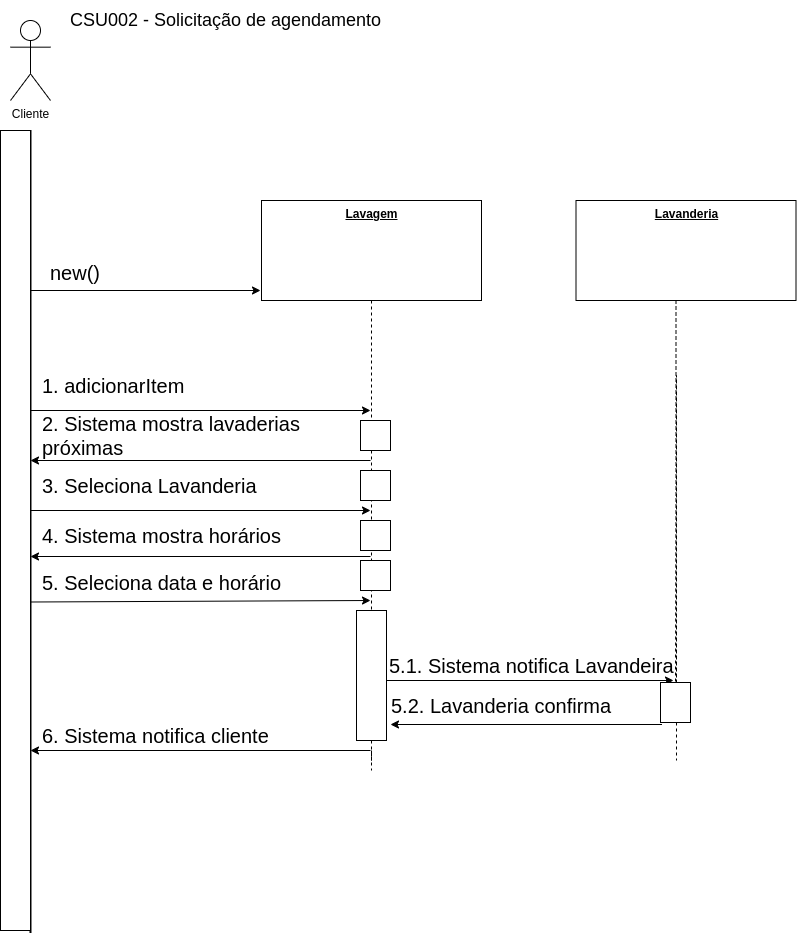
Above: resources/sequence_agendamento.png in MuriloGomesMunhoz/A-SClean (draw.io), before the change. Source tidied: cells renumbered, new cells last; positions are measured from the earlier drawing's top-left corner, leaving out a move shared by most shapes. Source of this version:
```xml
<mxGraphModel>
  <root>
    <mxCell id="0" />
    <mxCell id="1" parent="0" />
    <mxCell id="2" style="endArrow=none;html=1;strokeWidth=2;rounded=0;fontSize=30;" parent="1" edge="1">
      <mxGeometry relative="1" as="geometry">
        <mxPoint x="30" y="130" as="sourcePoint" />
        <mxPoint x="30" y="932.5" as="targetPoint" />
      </mxGeometry>
    </mxCell>
    <mxCell id="3" style="endArrow=classic;html=1;rounded=0;fontSize=30;" parent="1" edge="1">
      <mxGeometry relative="1" as="geometry">
        <mxPoint x="30" y="290" as="sourcePoint" />
        <mxPoint x="260" y="290" as="targetPoint" />
      </mxGeometry>
    </mxCell>
    <mxCell id="4" value="new()" style="text;html=1;strokeColor=none;fillColor=none;align=center;verticalAlign=middle;whiteSpace=wrap;rounded=0;fontSize=20;" parent="1" vertex="1">
      <mxGeometry x="40" y="257" width="70" height="30" as="geometry" />
    </mxCell>
    <mxCell id="5" style="edgeStyle=orthogonalEdgeStyle;rounded=0;jettySize=auto;html=1;endArrow=none;endFill=0;dashed=1;startArrow=none;" parent="1" edge="1" source="28">
      <mxGeometry relative="1" as="geometry">
        <mxPoint x="371" y="770" as="targetPoint" />
      </mxGeometry>
    </mxCell>
    <mxCell id="6" value="&lt;b&gt;&lt;u&gt;Lavagem&lt;/u&gt;&lt;/b&gt;" style="html=1;verticalAlign=top;" parent="1" vertex="1">
      <mxGeometry x="261" y="200" width="220" height="100" as="geometry" />
    </mxCell>
    <mxCell id="7" value="&lt;b&gt;&lt;u&gt;Lavanderia&lt;/u&gt;&lt;/b&gt;" style="html=1;verticalAlign=top;" parent="1" vertex="1">
      <mxGeometry x="575.5" y="200" width="220" height="100" as="geometry" />
    </mxCell>
    <mxCell id="8" style="endArrow=classic;html=1;rounded=0;fontSize=30;" parent="1" edge="1">
      <mxGeometry relative="1" as="geometry">
        <mxPoint x="30" y="410" as="sourcePoint" />
        <mxPoint x="370" y="410" as="targetPoint" />
      </mxGeometry>
    </mxCell>
    <mxCell id="9" value="1. adicionarItem" style="text;html=1;strokeColor=none;fillColor=none;align=left;verticalAlign=middle;whiteSpace=wrap;rounded=0;fontSize=20;" parent="1" vertex="1">
      <mxGeometry x="40" y="370" width="320" height="30" as="geometry" />
    </mxCell>
    <mxCell id="10" style="edgeStyle=orthogonalEdgeStyle;rounded=0;jettySize=auto;html=1;endArrow=none;endFill=0;dashed=1;startArrow=none;" parent="1" edge="1" source="35">
      <mxGeometry relative="1" as="geometry">
        <mxPoint x="676" y="760" as="targetPoint" />
        <Array as="points">
          <mxPoint x="676" y="375" />
          <mxPoint x="676" y="375" />
        </Array>
      </mxGeometry>
    </mxCell>
    <mxCell id="11" value="CSU002 - Solicitação de agendamento" style="text;html=1;align=center;verticalAlign=middle;strokeColor=none;fillColor=none;fontSize=18;" parent="1" vertex="1">
      <mxGeometry x="60" width="330" height="40" as="geometry" />
    </mxCell>
    <mxCell id="12" style="endArrow=classic;html=1;rounded=0;fontSize=30;" parent="1" edge="1">
      <mxGeometry relative="1" as="geometry">
        <mxPoint x="370" y="460" as="sourcePoint" />
        <mxPoint x="30" y="460" as="targetPoint" />
      </mxGeometry>
    </mxCell>
    <mxCell id="13" value="2. Sistema mostra lavaderias próximas" style="text;html=1;strokeColor=none;fillColor=none;align=left;verticalAlign=middle;whiteSpace=wrap;rounded=0;fontSize=20;" parent="1" vertex="1">
      <mxGeometry x="40" y="420" width="320" height="30" as="geometry" />
    </mxCell>
    <mxCell id="14" style="endArrow=classic;html=1;rounded=0;fontSize=30;" parent="1" edge="1">
      <mxGeometry relative="1" as="geometry">
        <mxPoint x="30" y="510" as="sourcePoint" />
        <mxPoint x="370" y="510" as="targetPoint" />
      </mxGeometry>
    </mxCell>
    <mxCell id="15" value="3. Seleciona Lavanderia" style="text;html=1;strokeColor=none;fillColor=none;align=left;verticalAlign=middle;whiteSpace=wrap;rounded=0;fontSize=20;" parent="1" vertex="1">
      <mxGeometry x="40" y="470" width="309" height="30" as="geometry" />
    </mxCell>
    <mxCell id="16" value="4. Sistema mostra horários" style="text;html=1;strokeColor=none;fillColor=none;align=left;verticalAlign=middle;whiteSpace=wrap;rounded=0;fontSize=20;" parent="1" vertex="1">
      <mxGeometry x="40" y="520" width="309" height="30" as="geometry" />
    </mxCell>
    <mxCell id="17" style="endArrow=classic;html=1;rounded=0;fontSize=30;" parent="1" edge="1">
      <mxGeometry relative="1" as="geometry">
        <mxPoint x="370" y="556" as="sourcePoint" />
        <mxPoint x="30" y="556" as="targetPoint" />
      </mxGeometry>
    </mxCell>
    <mxCell id="18" style="endArrow=classic;html=1;rounded=0;fontSize=30;" parent="1" edge="1">
      <mxGeometry relative="1" as="geometry">
        <mxPoint x="30" y="601.5" as="sourcePoint" />
        <mxPoint x="370" y="600" as="targetPoint" />
      </mxGeometry>
    </mxCell>
    <mxCell id="19" value="5. Seleciona data e horário" style="text;html=1;strokeColor=none;fillColor=none;align=left;verticalAlign=middle;whiteSpace=wrap;rounded=0;fontSize=20;" parent="1" vertex="1">
      <mxGeometry x="40" y="567" width="309" height="30" as="geometry" />
    </mxCell>
    <mxCell id="20" style="endArrow=classic;html=1;rounded=0;" parent="1" edge="1">
      <mxGeometry relative="1" as="geometry">
        <mxPoint x="380" y="680" as="sourcePoint" />
        <mxPoint x="673" y="680" as="targetPoint" />
      </mxGeometry>
    </mxCell>
    <mxCell id="21" value="5.1. Sistema notifica Lavandeira" style="text;html=1;strokeColor=none;fillColor=none;align=left;verticalAlign=middle;whiteSpace=wrap;rounded=0;fontSize=20;" parent="1" vertex="1">
      <mxGeometry x="387" y="650" width="291" height="30" as="geometry" />
    </mxCell>
    <mxCell id="22" value="5.2. Lavanderia confirma" style="text;html=1;strokeColor=none;fillColor=none;align=left;verticalAlign=middle;whiteSpace=wrap;rounded=0;fontSize=20;" parent="1" vertex="1">
      <mxGeometry x="389" y="690" width="261" height="30" as="geometry" />
    </mxCell>
    <mxCell id="23" style="endArrow=classic;html=1;rounded=0;startArrow=none;startFill=0;" parent="1" edge="1">
      <mxGeometry relative="1" as="geometry">
        <mxPoint x="661.5" y="724" as="sourcePoint" />
        <mxPoint x="390" y="724" as="targetPoint" />
      </mxGeometry>
    </mxCell>
    <mxCell id="24" style="endArrow=classic;html=1;rounded=0;" parent="1" edge="1">
      <mxGeometry relative="1" as="geometry">
        <mxPoint x="370" y="750" as="sourcePoint" />
        <mxPoint x="30" y="750" as="targetPoint" />
      </mxGeometry>
    </mxCell>
    <mxCell id="25" value="6. Sistema notifica cliente" style="text;html=1;strokeColor=none;fillColor=none;align=left;verticalAlign=middle;whiteSpace=wrap;rounded=0;fontSize=20;" parent="1" vertex="1">
      <mxGeometry x="40" y="720" width="290" height="30" as="geometry" />
    </mxCell>
    <mxCell id="26" style="edgeStyle=orthogonalEdgeStyle;rounded=0;orthogonalLoop=1;jettySize=auto;html=1;exitX=0.5;exitY=1;exitDx=0;exitDy=0;dashed=1;" parent="1" edge="1" source="16" target="16">
      <mxGeometry relative="1" as="geometry" />
    </mxCell>
    <mxCell id="27" value="Cliente" style="shape=umlActor;verticalLabelPosition=bottom;verticalAlign=top;html=1;" parent="1" vertex="1">
      <mxGeometry x="10" y="20" width="40" height="80" as="geometry" />
    </mxCell>
    <mxCell id="28" style="rounded=0;whiteSpace=wrap;html=1;" parent="1" vertex="1">
      <mxGeometry x="356" y="610" width="30" height="130" as="geometry" />
    </mxCell>
    <mxCell id="29" style="edgeStyle=orthogonalEdgeStyle;rounded=0;jettySize=auto;html=1;endArrow=none;endFill=0;dashed=1;" parent="1" edge="1" source="6" target="28">
      <mxGeometry relative="1" as="geometry" />
    </mxCell>
    <mxCell id="30" style="rounded=0;whiteSpace=wrap;html=1;" parent="1" vertex="1">
      <mxGeometry x="360" y="560" width="30" height="30" as="geometry" />
    </mxCell>
    <mxCell id="31" style="rounded=0;whiteSpace=wrap;html=1;" parent="1" vertex="1">
      <mxGeometry x="360" y="520" width="30" height="30" as="geometry" />
    </mxCell>
    <mxCell id="32" style="rounded=0;whiteSpace=wrap;html=1;" parent="1" vertex="1">
      <mxGeometry x="360" y="470" width="30" height="30" as="geometry" />
    </mxCell>
    <mxCell id="33" style="rounded=0;whiteSpace=wrap;html=1;" parent="1" vertex="1">
      <mxGeometry x="360" y="420" width="30" height="30" as="geometry" />
    </mxCell>
    <mxCell id="34" style="rounded=0;whiteSpace=wrap;html=1;" parent="1" vertex="1">
      <mxGeometry y="130" width="30" height="800" as="geometry" />
    </mxCell>
    <mxCell id="35" style="rounded=0;whiteSpace=wrap;html=1;" parent="1" vertex="1">
      <mxGeometry x="660" y="682" width="30" height="40" as="geometry" />
    </mxCell>
    <mxCell id="36" style="edgeStyle=orthogonalEdgeStyle;rounded=0;jettySize=auto;html=1;endArrow=none;endFill=0;dashed=1;" parent="1" edge="1" target="35">
      <mxGeometry relative="1" as="geometry">
        <mxPoint x="675.5" y="300" as="sourcePoint" />
      </mxGeometry>
    </mxCell>
  </root>
</mxGraphModel>
```
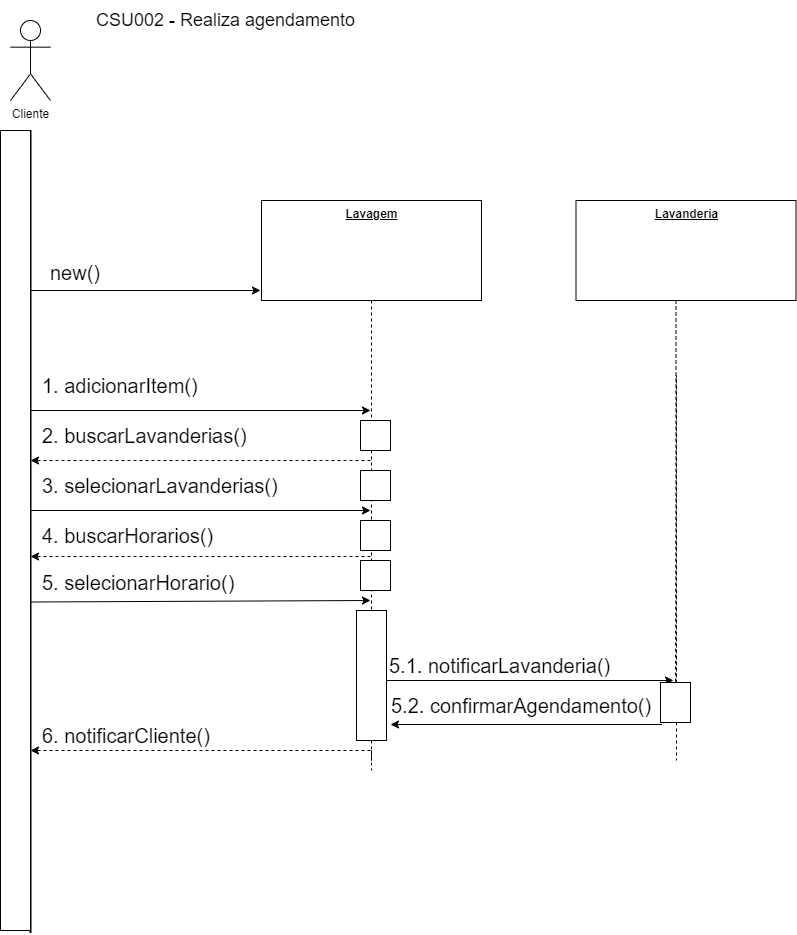
Later version of the same file.

What changed in the source:
```diff
@@ -34,7 +34,7 @@
         <mxPoint x="370" y="410" as="targetPoint" />
       </mxGeometry>
     </mxCell>
-    <mxCell id="9" value="1. adicionarItem" style="text;html=1;strokeColor=none;fillColor=none;align=left;verticalAlign=middle;whiteSpace=wrap;rounded=0;fontSize=20;" parent="1" vertex="1">
+    <mxCell id="9" value="1. adicionarItem()" style="text;html=1;strokeColor=none;fillColor=none;align=left;verticalAlign=middle;whiteSpace=wrap;rounded=0;fontSize=20;" parent="1" vertex="1">
       <mxGeometry x="40" y="370" width="320" height="30" as="geometry" />
     </mxCell>
     <mxCell id="10" style="edgeStyle=orthogonalEdgeStyle;rounded=0;jettySize=auto;html=1;endArrow=none;endFill=0;dashed=1;startArrow=none;" parent="1" edge="1" source="35">
@@ -46,16 +46,16 @@
         </Array>
       </mxGeometry>
     </mxCell>
-    <mxCell id="11" value="CSU002 - Solicitação de agendamento" style="text;html=1;align=center;verticalAlign=middle;strokeColor=none;fillColor=none;fontSize=18;" parent="1" vertex="1">
-      <mxGeometry x="60" width="330" height="40" as="geometry" />
+    <mxCell id="11" value="CSU002 - Realiza agendamento" style="text;html=1;align=center;verticalAlign=middle;strokeColor=none;fillColor=none;fontSize=18;" parent="1" vertex="1">
+      <mxGeometry x="85" width="280" height="40" as="geometry" />
     </mxCell>
-    <mxCell id="12" style="endArrow=classic;html=1;rounded=0;fontSize=30;" parent="1" edge="1">
+    <mxCell id="12" style="endArrow=classic;html=1;rounded=0;fontSize=30;dashed=1;" parent="1" edge="1">
       <mxGeometry relative="1" as="geometry">
         <mxPoint x="370" y="460" as="sourcePoint" />
         <mxPoint x="30" y="460" as="targetPoint" />
       </mxGeometry>
     </mxCell>
-    <mxCell id="13" value="2. Sistema mostra lavaderias próximas" style="text;html=1;strokeColor=none;fillColor=none;align=left;verticalAlign=middle;whiteSpace=wrap;rounded=0;fontSize=20;" parent="1" vertex="1">
+    <mxCell id="13" value="2. buscarLavanderias()" style="text;html=1;strokeColor=none;fillColor=none;align=left;verticalAlign=middle;whiteSpace=wrap;rounded=0;fontSize=20;" parent="1" vertex="1">
       <mxGeometry x="40" y="420" width="320" height="30" as="geometry" />
     </mxCell>
     <mxCell id="14" style="endArrow=classic;html=1;rounded=0;fontSize=30;" parent="1" edge="1">
@@ -64,13 +64,13 @@
         <mxPoint x="370" y="510" as="targetPoint" />
       </mxGeometry>
     </mxCell>
-    <mxCell id="15" value="3. Seleciona Lavanderia" style="text;html=1;strokeColor=none;fillColor=none;align=left;verticalAlign=middle;whiteSpace=wrap;rounded=0;fontSize=20;" parent="1" vertex="1">
+    <mxCell id="15" value="3. selecionarLavanderias()" style="text;html=1;strokeColor=none;fillColor=none;align=left;verticalAlign=middle;whiteSpace=wrap;rounded=0;fontSize=20;" parent="1" vertex="1">
       <mxGeometry x="40" y="470" width="309" height="30" as="geometry" />
     </mxCell>
-    <mxCell id="16" value="4. Sistema mostra horários" style="text;html=1;strokeColor=none;fillColor=none;align=left;verticalAlign=middle;whiteSpace=wrap;rounded=0;fontSize=20;" parent="1" vertex="1">
+    <mxCell id="16" value="4. buscarHorarios()" style="text;html=1;strokeColor=none;fillColor=none;align=left;verticalAlign=middle;whiteSpace=wrap;rounded=0;fontSize=20;" parent="1" vertex="1">
       <mxGeometry x="40" y="520" width="309" height="30" as="geometry" />
     </mxCell>
-    <mxCell id="17" style="endArrow=classic;html=1;rounded=0;fontSize=30;" parent="1" edge="1">
+    <mxCell id="17" style="endArrow=classic;html=1;rounded=0;fontSize=30;dashed=1;" parent="1" edge="1">
       <mxGeometry relative="1" as="geometry">
         <mxPoint x="370" y="556" as="sourcePoint" />
         <mxPoint x="30" y="556" as="targetPoint" />
@@ -82,7 +82,7 @@
         <mxPoint x="370" y="600" as="targetPoint" />
       </mxGeometry>
     </mxCell>
-    <mxCell id="19" value="5. Seleciona data e horário" style="text;html=1;strokeColor=none;fillColor=none;align=left;verticalAlign=middle;whiteSpace=wrap;rounded=0;fontSize=20;" parent="1" vertex="1">
+    <mxCell id="19" value="5. selecionarHorario()" style="text;html=1;strokeColor=none;fillColor=none;align=left;verticalAlign=middle;whiteSpace=wrap;rounded=0;fontSize=20;" parent="1" vertex="1">
       <mxGeometry x="40" y="567" width="309" height="30" as="geometry" />
     </mxCell>
     <mxCell id="20" style="endArrow=classic;html=1;rounded=0;" parent="1" edge="1">
@@ -91,11 +91,11 @@
         <mxPoint x="673" y="680" as="targetPoint" />
       </mxGeometry>
     </mxCell>
-    <mxCell id="21" value="5.1. Sistema notifica Lavandeira" style="text;html=1;strokeColor=none;fillColor=none;align=left;verticalAlign=middle;whiteSpace=wrap;rounded=0;fontSize=20;" parent="1" vertex="1">
+    <mxCell id="21" value="5.1. notificarLavanderia()" style="text;html=1;strokeColor=none;fillColor=none;align=left;verticalAlign=middle;whiteSpace=wrap;rounded=0;fontSize=20;" parent="1" vertex="1">
       <mxGeometry x="387" y="650" width="291" height="30" as="geometry" />
     </mxCell>
-    <mxCell id="22" value="5.2. Lavanderia confirma" style="text;html=1;strokeColor=none;fillColor=none;align=left;verticalAlign=middle;whiteSpace=wrap;rounded=0;fontSize=20;" parent="1" vertex="1">
-      <mxGeometry x="389" y="690" width="261" height="30" as="geometry" />
+    <mxCell id="22" value="5.2. confirmarAgendamento()" style="text;html=1;strokeColor=none;fillColor=none;align=left;verticalAlign=middle;whiteSpace=wrap;rounded=0;fontSize=20;" parent="1" vertex="1">
+      <mxGeometry x="389" y="690" width="271" height="30" as="geometry" />
     </mxCell>
     <mxCell id="23" style="endArrow=classic;html=1;rounded=0;startArrow=none;startFill=0;" parent="1" edge="1">
       <mxGeometry relative="1" as="geometry">
@@ -103,13 +103,13 @@
         <mxPoint x="390" y="724" as="targetPoint" />
       </mxGeometry>
     </mxCell>
-    <mxCell id="24" style="endArrow=classic;html=1;rounded=0;" parent="1" edge="1">
+    <mxCell id="24" style="endArrow=classic;html=1;rounded=0;dashed=1;" parent="1" edge="1">
       <mxGeometry relative="1" as="geometry">
         <mxPoint x="370" y="750" as="sourcePoint" />
         <mxPoint x="30" y="750" as="targetPoint" />
       </mxGeometry>
     </mxCell>
-    <mxCell id="25" value="6. Sistema notifica cliente" style="text;html=1;strokeColor=none;fillColor=none;align=left;verticalAlign=middle;whiteSpace=wrap;rounded=0;fontSize=20;" parent="1" vertex="1">
+    <mxCell id="25" value="6. notificarCliente()" style="text;html=1;strokeColor=none;fillColor=none;align=left;verticalAlign=middle;whiteSpace=wrap;rounded=0;fontSize=20;" parent="1" vertex="1">
       <mxGeometry x="40" y="720" width="290" height="30" as="geometry" />
     </mxCell>
     <mxCell id="26" style="edgeStyle=orthogonalEdgeStyle;rounded=0;orthogonalLoop=1;jettySize=auto;html=1;exitX=0.5;exitY=1;exitDx=0;exitDy=0;dashed=1;" parent="1" edge="1" source="16" target="16">
```
